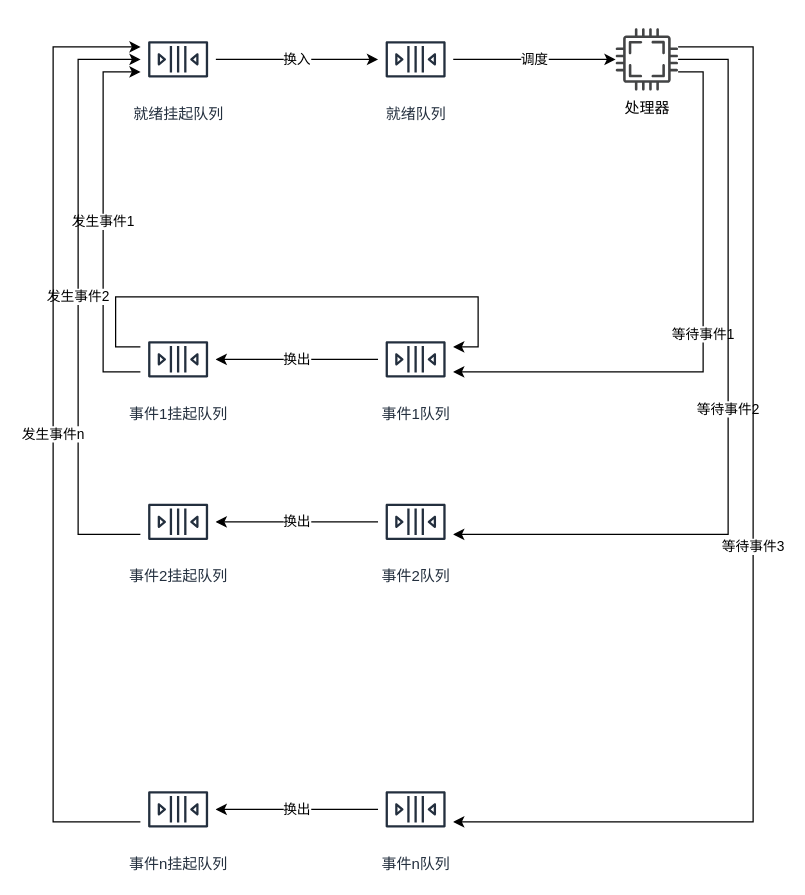
The draw.io diagram seven-state-queue.drawio in jrsmith12138/diagrams, before the edit. Source tidied: cells renumbered, new cells numbered last; positions are measured from the earlier drawing's top-left corner, leaving out a move shared by most shapes. Both pictures are drawn from the tidied source at 125%, with x=0, y=0 at pixel (52, 21).
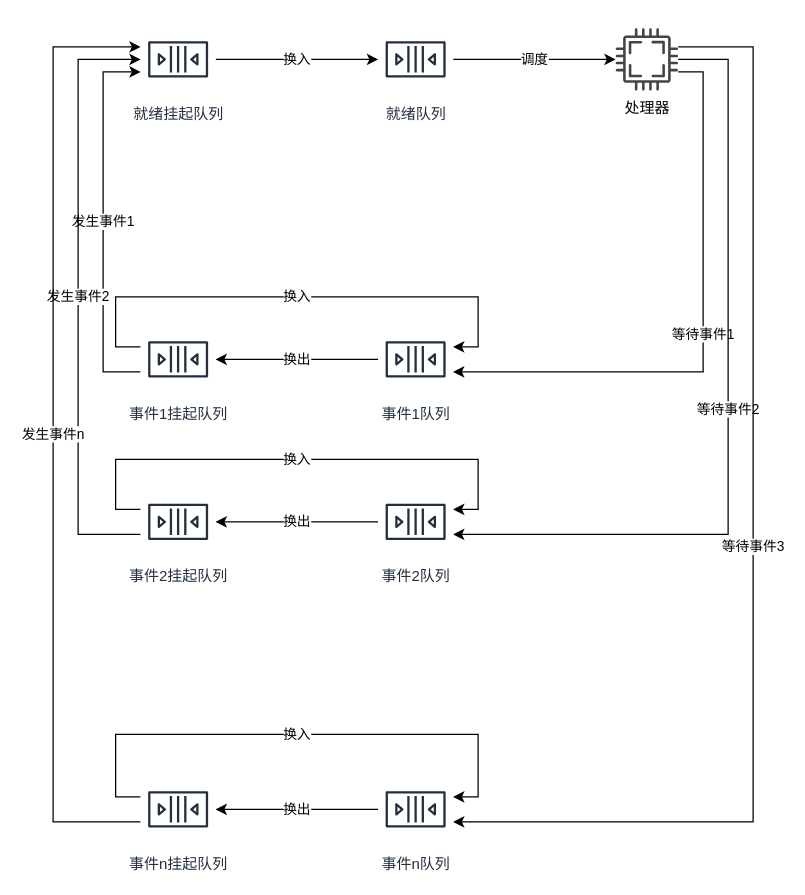
Above is the later version.

Unchanged cells that the change refers to:
```xml
<mxCell id="5" value="事件1队列" style="outlineConnect=0;fontColor=#232F3E;gradientColor=none;strokeColor=#232F3E;fillColor=#ffffff;dashed=0;verticalLabelPosition=bottom;verticalAlign=top;align=center;html=1;fontSize=12;fontStyle=0;shape=mxgraph.aws4.resourceIcon;resIcon=mxgraph.aws4.queue;" parent="1" vertex="1">
  <mxGeometry x="260" y="240" width="60" height="60" as="geometry" />
</mxCell>
<mxCell id="10" value="事件1挂起队列" style="outlineConnect=0;fontColor=#232F3E;gradientColor=none;strokeColor=#232F3E;fillColor=#ffffff;dashed=0;verticalLabelPosition=bottom;verticalAlign=top;align=center;html=1;fontSize=12;fontStyle=0;shape=mxgraph.aws4.resourceIcon;resIcon=mxgraph.aws4.queue;" parent="1" vertex="1">
  <mxGeometry x="70" y="240" width="60" height="60" as="geometry" />
</mxCell>
<mxCell id="16" value="事件2队列" style="outlineConnect=0;fontColor=#232F3E;gradientColor=none;strokeColor=#232F3E;fillColor=#ffffff;dashed=0;verticalLabelPosition=bottom;verticalAlign=top;align=center;html=1;fontSize=12;fontStyle=0;shape=mxgraph.aws4.resourceIcon;resIcon=mxgraph.aws4.queue;" parent="1" vertex="1">
  <mxGeometry x="260" y="370" width="60" height="60" as="geometry" />
</mxCell>
<mxCell id="18" value="事件n队列" style="outlineConnect=0;fontColor=#232F3E;gradientColor=none;strokeColor=#232F3E;fillColor=#ffffff;dashed=0;verticalLabelPosition=bottom;verticalAlign=top;align=center;html=1;fontSize=12;fontStyle=0;shape=mxgraph.aws4.resourceIcon;resIcon=mxgraph.aws4.queue;" parent="1" vertex="1">
  <mxGeometry x="260" y="600" width="60" height="60" as="geometry" />
</mxCell>
<mxCell id="20" value="事件2挂起队列" style="outlineConnect=0;fontColor=#232F3E;gradientColor=none;strokeColor=#232F3E;fillColor=#ffffff;dashed=0;verticalLabelPosition=bottom;verticalAlign=top;align=center;html=1;fontSize=12;fontStyle=0;shape=mxgraph.aws4.resourceIcon;resIcon=mxgraph.aws4.queue;" parent="1" vertex="1">
  <mxGeometry x="70" y="370" width="60" height="60" as="geometry" />
</mxCell>
<mxCell id="22" value="事件n挂起队列" style="outlineConnect=0;fontColor=#232F3E;gradientColor=none;strokeColor=#232F3E;fillColor=#ffffff;dashed=0;verticalLabelPosition=bottom;verticalAlign=top;align=center;html=1;fontSize=12;fontStyle=0;shape=mxgraph.aws4.resourceIcon;resIcon=mxgraph.aws4.queue;" parent="1" vertex="1">
  <mxGeometry x="70" y="600" width="60" height="60" as="geometry" />
</mxCell>
```

The edit, as a diff of the source:
```diff
@@
-    <mxCell id="9" style="edgeStyle=orthogonalEdgeStyle;rounded=0;jettySize=auto;html=1;" parent="1" edge="1" source="10" target="5">
+    <mxCell id="9" value="换入" style="edgeStyle=orthogonalEdgeStyle;rounded=0;jettySize=auto;html=1;" parent="1" edge="1" source="10" target="5">
       <mxGeometry relative="1" as="geometry">
         <Array as="points">
           <mxPoint x="50" y="260" />
           <mxPoint x="50" y="220" />
           <mxPoint x="340" y="220" />
           <mxPoint x="340" y="260" />
         </Array>
       </mxGeometry>
     </mxCell>
@@
+    <mxCell id="23" value="换入" style="edgeStyle=orthogonalEdgeStyle;rounded=0;jettySize=auto;html=1;" parent="1" edge="1" source="20" target="16">
+      <mxGeometry relative="1" as="geometry">
+        <Array as="points">
+          <mxPoint x="50" y="390" />
+          <mxPoint x="50" y="350" />
+          <mxPoint x="340" y="350" />
+          <mxPoint x="340" y="390" />
+        </Array>
+      </mxGeometry>
+    </mxCell>
@@
+    <mxCell id="24" value="换入" style="edgeStyle=orthogonalEdgeStyle;rounded=0;jettySize=auto;html=1;" parent="1" edge="1" source="22" target="18">
+      <mxGeometry relative="1" as="geometry">
+        <Array as="points">
+          <mxPoint x="50" y="620" />
+          <mxPoint x="50" y="570" />
+          <mxPoint x="340" y="570" />
+          <mxPoint x="340" y="620" />
+        </Array>
+      </mxGeometry>
+    </mxCell>
```
